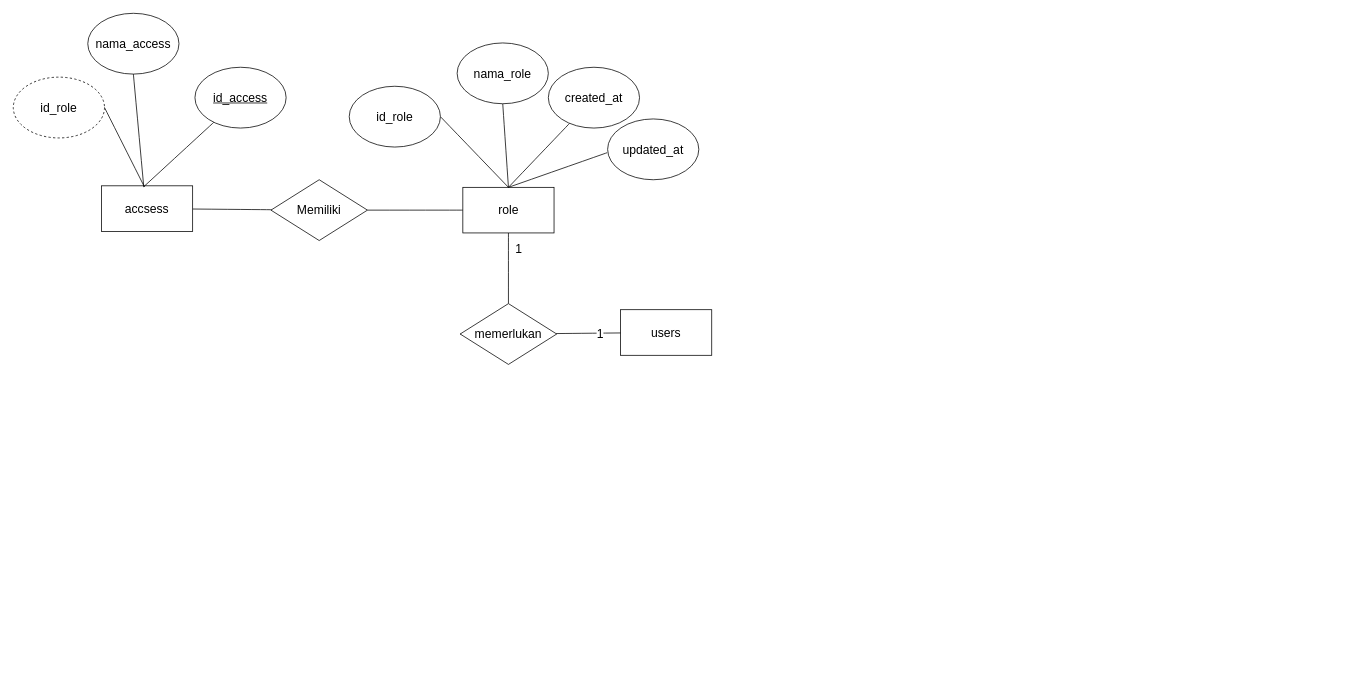
The draw.io diagram diagram entity.drawio in Kantrawibawa10/Draw-I-O, before the edit. Source tidied: cells renumbered, new cells numbered last; positions are measured from the earlier drawing's top-left corner, leaving out a move shared by most shapes. Both pictures are drawn from the tidied source at 76%, with x=0, y=0 at pixel (13, 13).
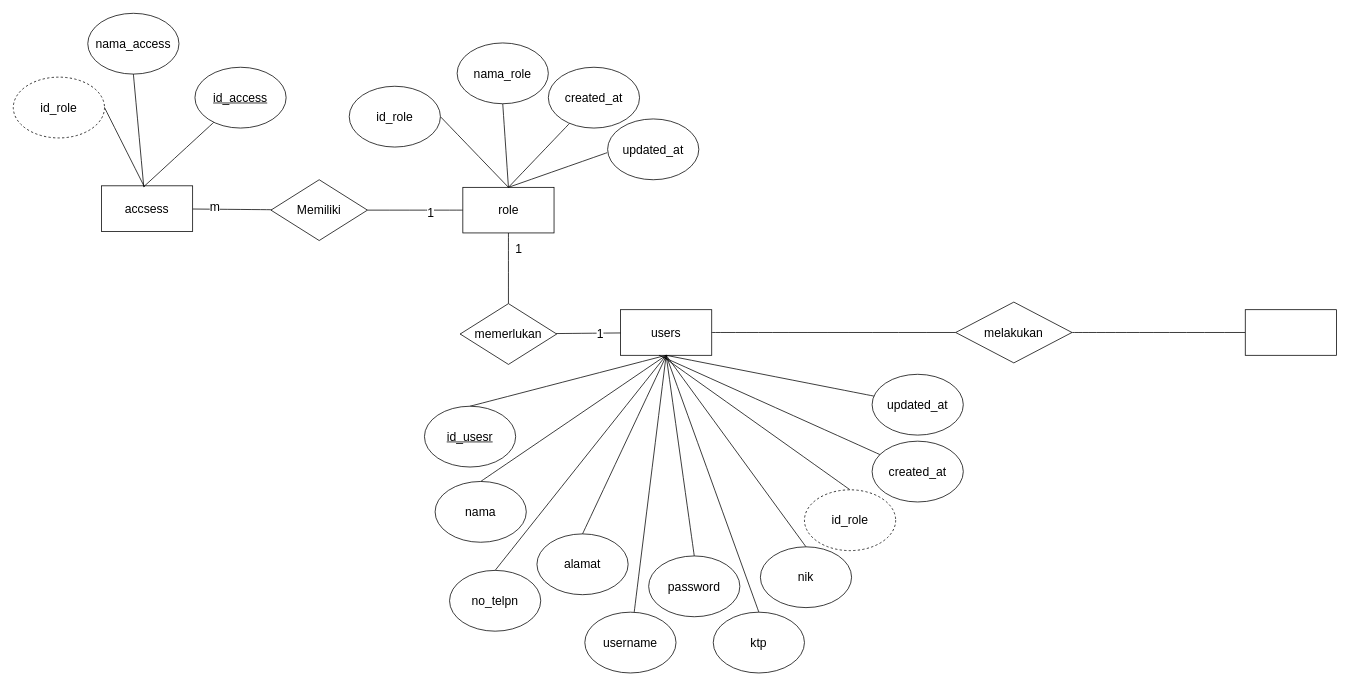
After the change.

The change refers to these unchanged cells:
```xml
<mxCell id="2" value="users" style="rounded=0;whiteSpace=wrap;html=1;fontSize=16;" parent="1" vertex="1">
  <mxGeometry x="799" y="390" width="120" height="60" as="geometry" />
</mxCell>
<mxCell id="5" style="edgeStyle=none;curved=1;rounded=0;jettySize=auto;html=1;entryX=1;entryY=0.5;entryDx=0;entryDy=0;fontSize=12;startSize=8;endSize=8;endArrow=none;endFill=0;" parent="1" edge="1" source="6" target="18">
  <mxGeometry relative="1" as="geometry" />
</mxCell>
<mxCell id="17" style="edgeStyle=none;curved=1;rounded=0;jettySize=auto;html=1;fontSize=12;startSize=8;endSize=8;endArrow=none;endFill=0;" parent="1" edge="1" source="18" target="19">
  <mxGeometry relative="1" as="geometry" />
</mxCell>
```

The edit, as a diff of the source:
```diff
@@
+    <mxCell id="28" value="1" style="edgeLabel;html=1;align=center;verticalAlign=middle;fontSize=16;" parent="5" vertex="1">
+      <mxGeometry x="-0.31" y="2" relative="1" as="geometry" />
+    </mxCell>
@@
+    <mxCell id="29" value="m" style="edgeLabel;html=1;align=center;verticalAlign=middle;fontSize=16;" parent="17" vertex="1">
+      <mxGeometry x="0.45" y="-3" relative="1" as="geometry" />
+    </mxCell>
@@
+    <mxCell id="30" style="edgeStyle=none;curved=1;rounded=0;jettySize=auto;html=1;exitX=1;exitY=0.5;exitDx=0;exitDy=0;fontSize=12;startSize=8;endSize=8;endArrow=none;endFill=0;" parent="1" edge="1" source="2" target="32">
+      <mxGeometry relative="1" as="geometry" />
+    </mxCell>
+    <mxCell id="31" style="edgeStyle=none;curved=1;rounded=0;jettySize=auto;html=1;exitX=1;exitY=0.5;exitDx=0;exitDy=0;fontSize=12;startSize=8;endSize=8;endArrow=none;endFill=0;" parent="1" edge="1" source="32" target="33">
+      <mxGeometry relative="1" as="geometry" />
+    </mxCell>
+    <mxCell id="32" value="melakukan" style="rhombus;whiteSpace=wrap;html=1;fontSize=16;" parent="1" vertex="1">
+      <mxGeometry x="1240" y="380" width="153" height="80" as="geometry" />
+    </mxCell>
+    <mxCell id="33" style="rounded=0;whiteSpace=wrap;html=1;fontSize=16;" parent="1" vertex="1">
+      <mxGeometry x="1621" y="390" width="120" height="60" as="geometry" />
+    </mxCell>
+    <mxCell id="34" style="edgeStyle=none;curved=1;rounded=0;jettySize=auto;html=1;exitX=0.5;exitY=0;exitDx=0;exitDy=0;entryX=0.5;entryY=1;entryDx=0;entryDy=0;fontSize=12;startSize=8;endSize=8;endArrow=none;endFill=0;" parent="1" edge="1" source="35" target="2">
+      <mxGeometry relative="1" as="geometry" />
+    </mxCell>
+    <mxCell id="35" value="&lt;u&gt;id_usesr&lt;/u&gt;" style="ellipse;whiteSpace=wrap;html=1;fontSize=16;" parent="1" vertex="1">
+      <mxGeometry x="541" y="517" width="120" height="80" as="geometry" />
+    </mxCell>
+    <mxCell id="36" style="edgeStyle=none;curved=1;rounded=0;jettySize=auto;html=1;exitX=0.5;exitY=0;exitDx=0;exitDy=0;entryX=0.5;entryY=1;entryDx=0;entryDy=0;fontSize=12;startSize=8;endSize=8;endArrow=none;endFill=0;" parent="1" edge="1" source="37" target="2">
+      <mxGeometry relative="1" as="geometry" />
+    </mxCell>
+    <mxCell id="37" value="nama" style="ellipse;whiteSpace=wrap;html=1;fontSize=16;" parent="1" vertex="1">
+      <mxGeometry x="555" y="616" width="120" height="80" as="geometry" />
+    </mxCell>
+    <mxCell id="38" style="edgeStyle=none;curved=1;rounded=0;jettySize=auto;html=1;exitX=0.5;exitY=0;exitDx=0;exitDy=0;entryX=0.5;entryY=1;entryDx=0;entryDy=0;fontSize=12;startSize=8;endSize=8;endArrow=none;endFill=0;" parent="1" edge="1" source="39" target="2">
+      <mxGeometry relative="1" as="geometry" />
+    </mxCell>
+    <mxCell id="39" value="no_telpn" style="ellipse;whiteSpace=wrap;html=1;fontSize=16;" parent="1" vertex="1">
+      <mxGeometry x="574" y="733" width="120" height="80" as="geometry" />
+    </mxCell>
+    <mxCell id="40" value="alamat" style="ellipse;whiteSpace=wrap;html=1;fontSize=16;" parent="1" vertex="1">
+      <mxGeometry x="689" y="685" width="120" height="80" as="geometry" />
+    </mxCell>
+    <mxCell id="41" style="edgeStyle=none;curved=1;rounded=0;jettySize=auto;html=1;exitX=0.5;exitY=0;exitDx=0;exitDy=0;fontSize=12;startSize=8;endSize=8;endArrow=none;endFill=0;" parent="1" edge="1" source="40">
+      <mxGeometry relative="1" as="geometry">
+        <mxPoint x="859" y="451" as="targetPoint" />
+      </mxGeometry>
+    </mxCell>
+    <mxCell id="42" style="edgeStyle=none;curved=1;rounded=0;jettySize=auto;html=1;fontSize=12;startSize=8;endSize=8;entryX=0.5;entryY=1;entryDx=0;entryDy=0;endArrow=none;endFill=0;" parent="1" edge="1" source="43" target="2">
+      <mxGeometry relative="1" as="geometry" />
+    </mxCell>
+    <mxCell id="43" value="username" style="ellipse;whiteSpace=wrap;html=1;fontSize=16;" parent="1" vertex="1">
+      <mxGeometry x="752" y="788" width="120" height="80" as="geometry" />
+    </mxCell>
+    <mxCell id="44" style="edgeStyle=none;curved=1;rounded=0;jettySize=auto;html=1;exitX=0.5;exitY=0;exitDx=0;exitDy=0;entryX=0.5;entryY=1;entryDx=0;entryDy=0;fontSize=12;startSize=8;endSize=8;endArrow=none;endFill=0;" parent="1" edge="1" source="45" target="2">
+      <mxGeometry relative="1" as="geometry" />
+    </mxCell>
+    <mxCell id="45" value="password" style="ellipse;whiteSpace=wrap;html=1;fontSize=16;" parent="1" vertex="1">
+      <mxGeometry x="836" y="714" width="120" height="80" as="geometry" />
+    </mxCell>
+    <mxCell id="46" style="edgeStyle=none;curved=1;rounded=0;jettySize=auto;html=1;exitX=0.5;exitY=0;exitDx=0;exitDy=0;entryX=0.5;entryY=1;entryDx=0;entryDy=0;fontSize=12;startSize=8;endSize=8;endArrow=none;endFill=0;" parent="1" edge="1" source="47" target="2">
+      <mxGeometry relative="1" as="geometry" />
+    </mxCell>
+    <mxCell id="47" value="ktp" style="ellipse;whiteSpace=wrap;html=1;fontSize=16;" parent="1" vertex="1">
+      <mxGeometry x="921" y="788" width="120" height="80" as="geometry" />
+    </mxCell>
+    <mxCell id="48" style="edgeStyle=none;curved=1;rounded=0;jettySize=auto;html=1;exitX=0.5;exitY=0;exitDx=0;exitDy=0;entryX=0.5;entryY=1;entryDx=0;entryDy=0;fontSize=12;startSize=8;endSize=8;endArrow=none;endFill=0;" parent="1" edge="1" source="49" target="2">
+      <mxGeometry relative="1" as="geometry" />
+    </mxCell>
+    <mxCell id="49" value="nik" style="ellipse;whiteSpace=wrap;html=1;fontSize=16;" parent="1" vertex="1">
+      <mxGeometry x="983" y="702" width="120" height="80" as="geometry" />
+    </mxCell>
+    <mxCell id="50" style="edgeStyle=none;curved=1;rounded=0;jettySize=auto;html=1;exitX=0.5;exitY=0;exitDx=0;exitDy=0;fontSize=12;startSize=8;endSize=8;entryX=0.466;entryY=1.032;entryDx=0;entryDy=0;entryPerimeter=0;endArrow=none;endFill=0;" parent="1" edge="1" source="51" target="2">
+      <mxGeometry relative="1" as="geometry" />
+    </mxCell>
+    <mxCell id="51" value="id_role" style="ellipse;whiteSpace=wrap;html=1;fontSize=16;dashed=1;" parent="1" vertex="1">
+      <mxGeometry x="1041" y="627" width="120" height="80" as="geometry" />
+    </mxCell>
+    <mxCell id="52" value="created_at" style="ellipse;whiteSpace=wrap;html=1;fontSize=16;" parent="1" vertex="1">
+      <mxGeometry x="1130" y="563" width="120" height="80" as="geometry" />
+    </mxCell>
+    <mxCell id="53" style="edgeStyle=none;curved=1;rounded=0;jettySize=auto;html=1;fontSize=12;startSize=8;endSize=8;entryX=0.5;entryY=1;entryDx=0;entryDy=0;endArrow=none;endFill=0;" parent="1" edge="1" source="54" target="2">
+      <mxGeometry relative="1" as="geometry" />
+    </mxCell>
+    <mxCell id="54" value="updated_at" style="ellipse;whiteSpace=wrap;html=1;fontSize=16;" parent="1" vertex="1">
+      <mxGeometry x="1130" y="475" width="120" height="80" as="geometry" />
+    </mxCell>
+    <mxCell id="55" style="edgeStyle=none;curved=1;rounded=0;jettySize=auto;html=1;entryX=0.422;entryY=0.999;entryDx=0;entryDy=0;entryPerimeter=0;fontSize=12;startSize=8;endSize=8;endArrow=none;endFill=0;" parent="1" edge="1" source="52" target="2">
+      <mxGeometry relative="1" as="geometry" />
+    </mxCell>
```
